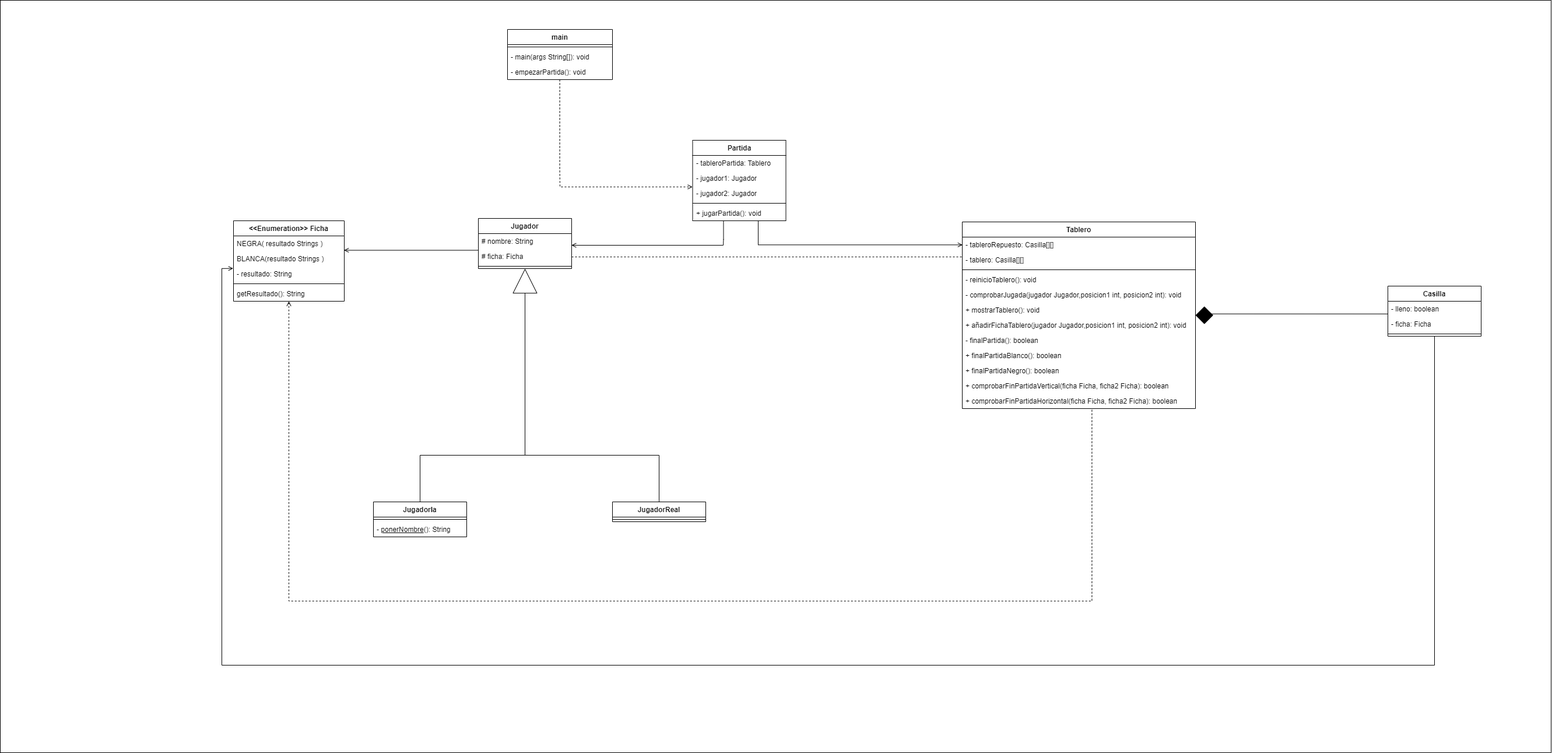
Above: diagrama de clase juego.drawio.png in alexito8473/Go (draw.io), before the change. Source tidied: cells renumbered, new cells last; positions are measured from the earlier drawing's top-left corner, leaving out a move shared by most shapes.
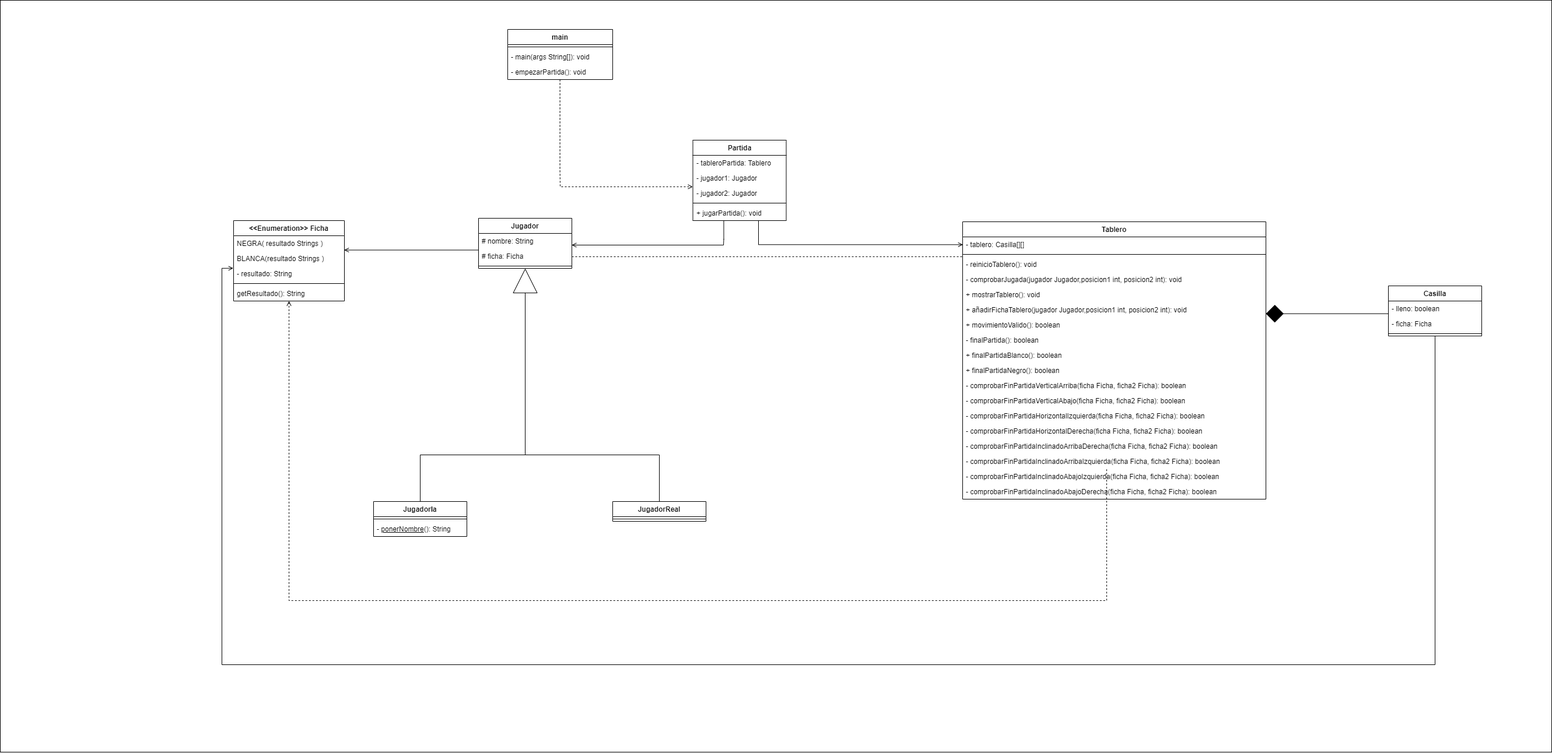
Above is the later version.

Commit message:
Mejoras en el diagrama de clase, optmización de código.

Change to the diagram source:
```diff
@@ -119,44 +119,62 @@
       </mxGeometry>
     </mxCell>
     <mxCell id="26" value="Tablero" style="swimlane;fontStyle=1;align=center;verticalAlign=top;horizontal=1;startSize=26;whiteSpace=wrap;html=1;" parent="1" vertex="1">
-      <mxGeometry x="1650" y="380" width="400" height="320" as="geometry" />
+      <mxGeometry x="1650" y="380" width="520" height="476" as="geometry" />
     </mxCell>
-    <mxCell id="27" value="- tableroRepuesto: Casilla[][]" style="text;strokeColor=none;fillColor=none;align=left;verticalAlign=top;spacingLeft=4;spacingRight=4;overflow=hidden;whiteSpace=wrap;html=1;" parent="26" vertex="1">
-      <mxGeometry y="26" width="400" height="26" as="geometry" />
-    </mxCell>
     <mxCell id="28" value="- tablero: Casilla[][]" style="text;strokeColor=none;fillColor=none;align=left;verticalAlign=top;spacingLeft=4;spacingRight=4;overflow=hidden;whiteSpace=wrap;html=1;" parent="26" vertex="1">
-      <mxGeometry y="52" width="400" height="26" as="geometry" />
+      <mxGeometry y="26" width="520" height="26" as="geometry" />
     </mxCell>
     <mxCell id="29" style="line;strokeWidth=1;fillColor=none;align=left;verticalAlign=middle;spacingTop=-1;spacingLeft=3;spacingRight=3;labelPosition=right;strokeColor=inherit;" parent="26" vertex="1">
-      <mxGeometry y="78" width="400" height="8" as="geometry" />
+      <mxGeometry y="52" width="520" height="8" as="geometry" />
     </mxCell>
     <mxCell id="30" value="- reinicioTablero(): void" style="text;strokeColor=none;fillColor=none;align=left;verticalAlign=top;spacingLeft=4;spacingRight=4;overflow=hidden;whiteSpace=wrap;html=1;" parent="26" vertex="1">
-      <mxGeometry y="86" width="400" height="26" as="geometry" />
+      <mxGeometry y="60" width="520" height="26" as="geometry" />
     </mxCell>
     <mxCell id="31" value="- comprobarJugada(jugador Jugador,posicion1 int, posicion2 int): void" style="text;strokeColor=none;fillColor=none;align=left;verticalAlign=top;spacingLeft=4;spacingRight=4;overflow=hidden;points=[[0,0.5],[1,0.5]];portConstraint=eastwest;whiteSpace=wrap;html=1;" parent="26" vertex="1">
-      <mxGeometry y="112" width="400" height="26" as="geometry" />
+      <mxGeometry y="86" width="520" height="26" as="geometry" />
     </mxCell>
     <mxCell id="32" value="+ mostrarTablero(): void" style="text;strokeColor=none;fillColor=none;align=left;verticalAlign=top;spacingLeft=4;spacingRight=4;overflow=hidden;whiteSpace=wrap;html=1;" parent="26" vertex="1">
-      <mxGeometry y="138" width="400" height="26" as="geometry" />
+      <mxGeometry y="112" width="520" height="26" as="geometry" />
     </mxCell>
     <mxCell id="33" value="+ añadirFichaTablero(jugador Jugador,posicion1 int, posicion2 int): void" style="text;strokeColor=none;fillColor=none;align=left;verticalAlign=top;spacingLeft=4;spacingRight=4;overflow=hidden;whiteSpace=wrap;html=1;" parent="26" vertex="1">
-      <mxGeometry y="164" width="400" height="26" as="geometry" />
+      <mxGeometry y="138" width="520" height="26" as="geometry" />
     </mxCell>
+    <mxCell id="55" value="+ movimientoValido(): boolean" style="text;strokeColor=none;fillColor=none;align=left;verticalAlign=top;spacingLeft=4;spacingRight=4;overflow=hidden;whiteSpace=wrap;html=1;" parent="26" vertex="1">
+      <mxGeometry y="164" width="520" height="26" as="geometry" />
+    </mxCell>
     <mxCell id="34" value="- finalPartida(): boolean" style="text;strokeColor=none;fillColor=none;align=left;verticalAlign=top;spacingLeft=4;spacingRight=4;overflow=hidden;whiteSpace=wrap;html=1;" parent="26" vertex="1">
-      <mxGeometry y="190" width="400" height="26" as="geometry" />
+      <mxGeometry y="190" width="520" height="26" as="geometry" />
     </mxCell>
     <mxCell id="35" value="+ finalPartidaBlanco(): boolean" style="text;strokeColor=none;fillColor=none;align=left;verticalAlign=top;spacingLeft=4;spacingRight=4;overflow=hidden;whiteSpace=wrap;html=1;" parent="26" vertex="1">
-      <mxGeometry y="216" width="400" height="26" as="geometry" />
+      <mxGeometry y="216" width="520" height="26" as="geometry" />
     </mxCell>
     <mxCell id="36" value="+ finalPartidaNegro(): boolean" style="text;strokeColor=none;fillColor=none;align=left;verticalAlign=top;spacingLeft=4;spacingRight=4;overflow=hidden;whiteSpace=wrap;html=1;" parent="26" vertex="1">
-      <mxGeometry y="242" width="400" height="26" as="geometry" />
+      <mxGeometry y="242" width="520" height="26" as="geometry" />
     </mxCell>
-    <mxCell id="37" value="+ comprobarFinPartidaVertical(ficha Ficha, ficha2 Ficha): boolean" style="text;strokeColor=none;fillColor=none;align=left;verticalAlign=top;spacingLeft=4;spacingRight=4;overflow=hidden;whiteSpace=wrap;html=1;" parent="26" vertex="1">
-      <mxGeometry y="268" width="400" height="26" as="geometry" />
+    <mxCell id="37" value="- comprobarFinPartidaVerticalArriba(ficha Ficha, ficha2 Ficha): boolean" style="text;strokeColor=none;fillColor=none;align=left;verticalAlign=top;spacingLeft=4;spacingRight=4;overflow=hidden;whiteSpace=wrap;html=1;" parent="26" vertex="1">
+      <mxGeometry y="268" width="520" height="26" as="geometry" />
     </mxCell>
+    <mxCell id="56" value="- comprobarFinPartidaVerticalAbajo(ficha Ficha, ficha2 Ficha): boolean" style="text;strokeColor=none;fillColor=none;align=left;verticalAlign=top;spacingLeft=4;spacingRight=4;overflow=hidden;whiteSpace=wrap;html=1;" parent="26" vertex="1">
+      <mxGeometry y="294" width="520" height="26" as="geometry" />
+    </mxCell>
+    <mxCell id="57" value="- comprobarFinPartidaHorizontalIzquierda(ficha Ficha, ficha2 Ficha): boolean" style="text;strokeColor=none;fillColor=none;align=left;verticalAlign=top;spacingLeft=4;spacingRight=4;overflow=hidden;whiteSpace=wrap;html=1;" parent="26" vertex="1">
+      <mxGeometry y="320" width="520" height="26" as="geometry" />
+    </mxCell>
+    <mxCell id="58" value="- comprobarFinPartidaHorizontalDerecha(ficha Ficha, ficha2 Ficha): boolean" style="text;strokeColor=none;fillColor=none;align=left;verticalAlign=top;spacingLeft=4;spacingRight=4;overflow=hidden;whiteSpace=wrap;html=1;" parent="26" vertex="1">
+      <mxGeometry y="346" width="520" height="26" as="geometry" />
+    </mxCell>
-    <mxCell id="38" value="+ comprobarFinPartidaHorizontal(ficha Ficha, ficha2 Ficha): boolean" style="text;strokeColor=none;fillColor=none;align=left;verticalAlign=top;spacingLeft=4;spacingRight=4;overflow=hidden;points=[[0,0.5],[1,0.5]];portConstraint=eastwest;whiteSpace=wrap;html=1;" parent="26" vertex="1">
-      <mxGeometry y="294" width="400" height="26" as="geometry" />
+    <mxCell id="38" value="- comprobarFinPartidaInclinadoArribaDerecha(ficha Ficha, ficha2 Ficha): boolean" style="text;strokeColor=none;fillColor=none;align=left;verticalAlign=top;spacingLeft=4;spacingRight=4;overflow=hidden;points=[[0,0.5],[1,0.5]];portConstraint=eastwest;whiteSpace=wrap;html=1;" parent="26" vertex="1">
+      <mxGeometry y="372" width="520" height="26" as="geometry" />
     </mxCell>
+    <mxCell id="59" value="- comprobarFinPartidaInclinadoArribaIzquierda(ficha Ficha, ficha2 Ficha): boolean" style="text;strokeColor=none;fillColor=none;align=left;verticalAlign=top;spacingLeft=4;spacingRight=4;overflow=hidden;points=[[0,0.5],[1,0.5]];portConstraint=eastwest;whiteSpace=wrap;html=1;" parent="26" vertex="1">
+      <mxGeometry y="398" width="520" height="26" as="geometry" />
+    </mxCell>
+    <mxCell id="60" value="- comprobarFinPartidaInclinadoAbajoIzquierda(ficha Ficha, ficha2 Ficha): boolean" style="text;strokeColor=none;fillColor=none;align=left;verticalAlign=top;spacingLeft=4;spacingRight=4;overflow=hidden;whiteSpace=wrap;html=1;" parent="26" vertex="1">
+      <mxGeometry y="424" width="520" height="26" as="geometry" />
+    </mxCell>
+    <mxCell id="61" value="- comprobarFinPartidaInclinadoAbajoDerecha(ficha Ficha, ficha2 Ficha): boolean" style="text;strokeColor=none;fillColor=none;align=left;verticalAlign=top;spacingLeft=4;spacingRight=4;overflow=hidden;whiteSpace=wrap;html=1;" parent="26" vertex="1">
+      <mxGeometry y="450" width="520" height="26" as="geometry" />
+    </mxCell>
     <mxCell id="39" value="main" style="swimlane;fontStyle=1;align=center;verticalAlign=top;horizontal=1;startSize=26;whiteSpace=wrap;html=1;" parent="1" vertex="1">
       <mxGeometry x="870" y="50" width="180" height="86" as="geometry" />
     </mxCell>
@@ -169,11 +187,11 @@
     <mxCell id="42" value="- empezarPartida(): void" style="text;strokeColor=none;fillColor=none;align=left;verticalAlign=top;spacingLeft=4;spacingRight=4;overflow=hidden;points=[[0,0.5],[1,0.5]];portConstraint=eastwest;whiteSpace=wrap;html=1;" parent="39" vertex="1">
       <mxGeometry y="60" width="180" height="26" as="geometry" />
     </mxCell>
-    <mxCell id="43" style="edgeStyle=orthogonalEdgeStyle;rounded=0;jettySize=auto;html=1;entryX=0.556;entryY=1.048;entryDx=0;entryDy=0;entryPerimeter=0;startArrow=open;startFill=0;endArrow=none;endFill=0;dashed=1;" parent="1" edge="1" source="44" target="38">
+    <mxCell id="43" style="edgeStyle=orthogonalEdgeStyle;rounded=0;jettySize=auto;html=1;entryX=0.475;entryY=1.029;entryDx=0;entryDy=0;entryPerimeter=0;startArrow=open;startFill=0;endArrow=none;endFill=0;dashed=1;" parent="1" edge="1" source="44" target="59">
       <mxGeometry relative="1" as="geometry">
         <Array as="points">
           <mxPoint x="495" y="1030" />
-          <mxPoint x="1872" y="1030" />
+          <mxPoint x="1897" y="1030" />
         </Array>
       </mxGeometry>
     </mxCell>
```
